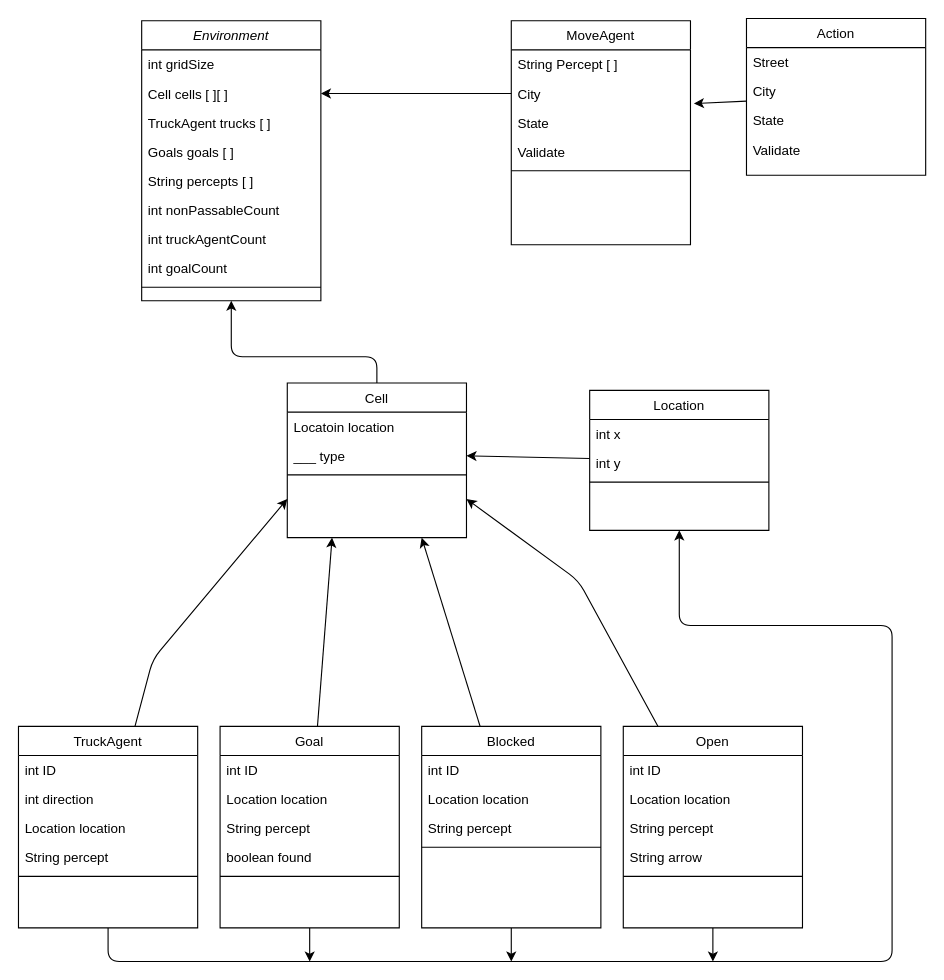
The draw.io diagram Architecture.drawio in shelleyyyyy/AI_GameEngine2.0, before the edit. Source tidied: cells renumbered, new cells numbered last; positions are measured from the earlier drawing's top-left corner, leaving out a move shared by most shapes. Both pictures are drawn from the tidied source at 112%, with x=0, y=0 at pixel (18, 18).
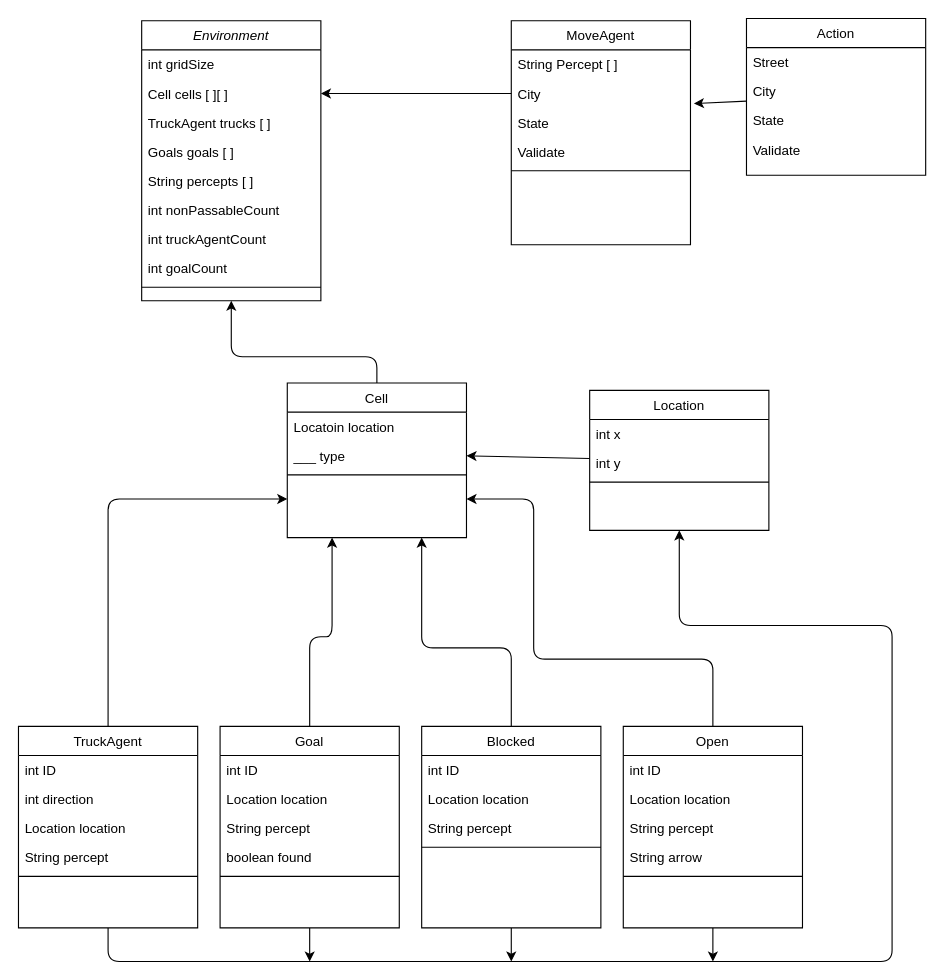
After the change.

The change refers to these unchanged cells:
```xml
<mxCell id="13" value="Cell" style="swimlane;fontStyle=0;align=center;verticalAlign=top;horizontal=1;startSize=26;rounded=0;shadow=0;strokeWidth=1;" parent="1" vertex="1">
  <mxGeometry x="240" y="325.5" width="160" height="138" as="geometry" />
</mxCell>
<mxCell id="37" value="TruckAgent" style="swimlane;fontStyle=0;align=center;verticalAlign=top;horizontal=1;startSize=26;rounded=0;shadow=0;strokeWidth=1;" parent="1" vertex="1">
  <mxGeometry y="632" width="160" height="180" as="geometry" />
</mxCell>
<mxCell id="45" value="Goal" style="swimlane;fontStyle=0;align=center;verticalAlign=top;horizontal=1;startSize=26;rounded=0;shadow=0;strokeWidth=1;" parent="1" vertex="1">
  <mxGeometry x="180" y="632" width="160" height="180" as="geometry" />
</mxCell>
<mxCell id="53" value="Blocked" style="swimlane;fontStyle=0;align=center;verticalAlign=top;horizontal=1;startSize=26;rounded=0;shadow=0;strokeWidth=1;" parent="1" vertex="1">
  <mxGeometry x="360" y="632" width="160" height="180" as="geometry" />
</mxCell>
<mxCell id="60" value="Open" style="swimlane;fontStyle=0;align=center;verticalAlign=top;horizontal=1;startSize=26;rounded=0;shadow=0;strokeWidth=1;" parent="1" vertex="1">
  <mxGeometry x="540" y="632" width="160" height="180" as="geometry" />
</mxCell>
```

Change to the diagram source:
```diff
@@
     <mxCell id="35" style="edgeStyle=none;html=1;entryX=0;entryY=0.75;entryDx=0;entryDy=0;" parent="1" edge="1" source="37" target="13">
       <mxGeometry relative="1" as="geometry">
         <Array as="points">
-          <mxPoint x="120" y="572" />
+          <mxPoint x="80" y="429" />
         </Array>
       </mxGeometry>
     </mxCell>
@@
     <mxCell id="43" style="edgeStyle=none;html=1;entryX=0.25;entryY=1;entryDx=0;entryDy=0;" parent="1" edge="1" source="45" target="13">
-      <mxGeometry relative="1" as="geometry" />
+      <mxGeometry relative="1" as="geometry">
+        <Array as="points">
+          <mxPoint x="260" y="552" />
+          <mxPoint x="280" y="552" />
+        </Array>
+      </mxGeometry>
     </mxCell>
@@
-    <mxCell id="51" style="edgeStyle=none;html=1;entryX=0.75;entryY=1;entryDx=0;entryDy=0;" parent="1" edge="1" source="53" target="13">
-      <mxGeometry relative="1" as="geometry" />
+    <mxCell id="51" style="edgeStyle=none;html=1;entryX=0.75;entryY=1;entryDx=0;entryDy=0;exitX=0.5;exitY=0;exitDx=0;exitDy=0;" parent="1" edge="1" source="53" target="13">
+      <mxGeometry relative="1" as="geometry">
+        <Array as="points">
+          <mxPoint x="440" y="562" />
+          <mxPoint x="360" y="562" />
+        </Array>
+      </mxGeometry>
     </mxCell>
@@
     <mxCell id="58" style="edgeStyle=none;html=1;entryX=1;entryY=0.75;entryDx=0;entryDy=0;" parent="1" edge="1" source="60" target="13">
       <mxGeometry relative="1" as="geometry">
         <Array as="points">
-          <mxPoint x="500" y="502" />
+          <mxPoint x="620" y="572" />
+          <mxPoint x="460" y="572" />
+          <mxPoint x="460" y="429" />
         </Array>
       </mxGeometry>
     </mxCell>
```
